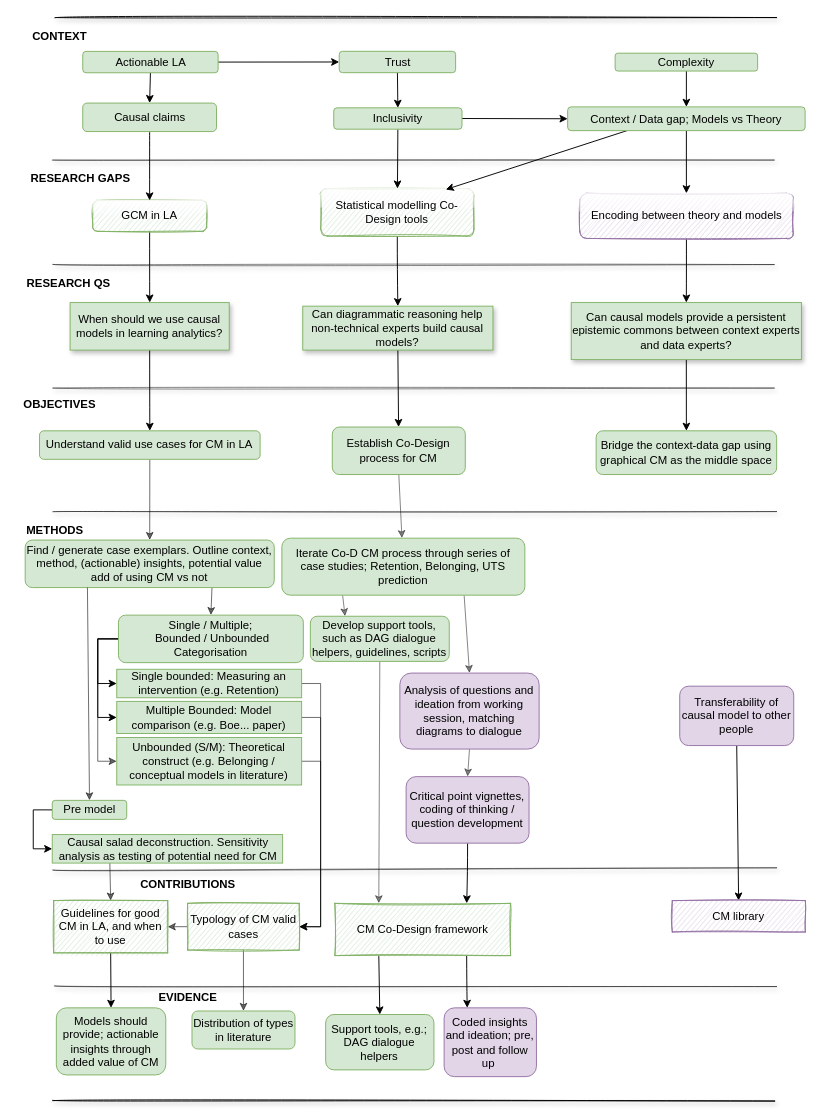
benwhicks/phd keeps this draw.io diagram as page "Page-5" (5 of 5) of Thesis diagram.drawio. Above is the earlier version. Source tidied: cells renumbered, new cells numbered last; positions are measured from the earlier drawing's top-left corner, leaving out a move shared by most shapes. Both pictures are drawn from the tidied source at 95%, with x=0, y=0 at pixel (16, 17).
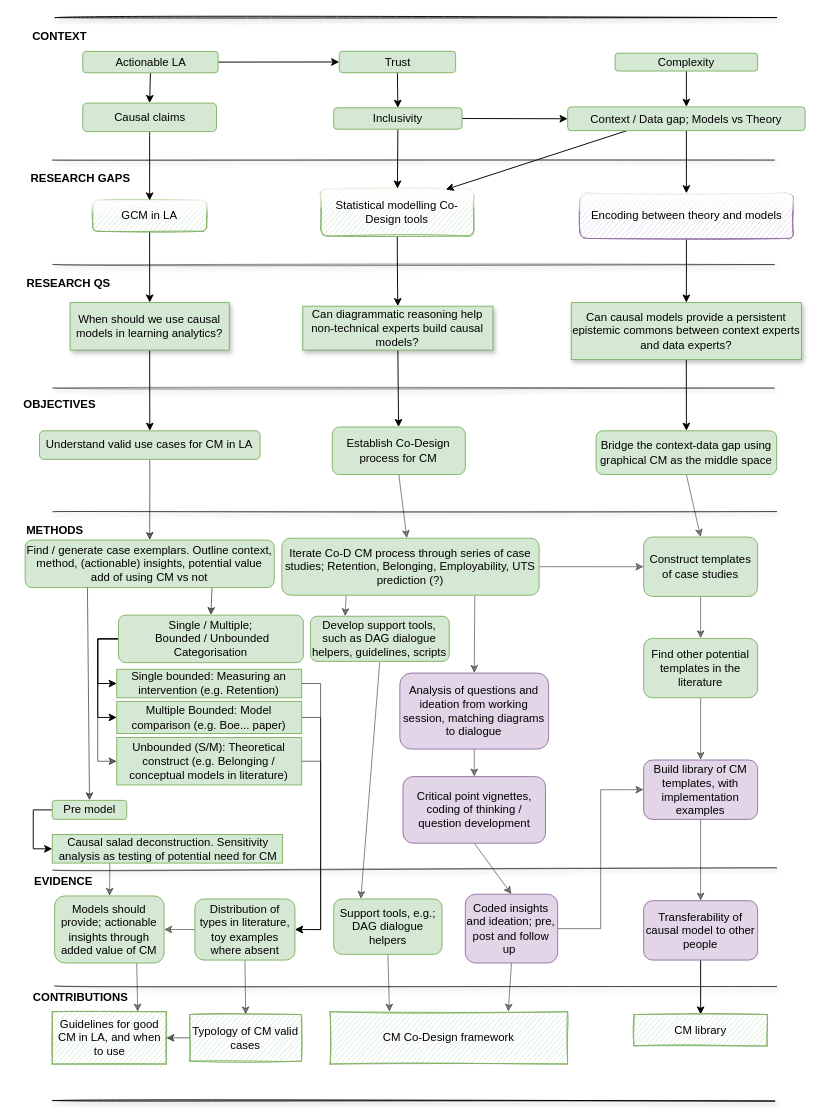
The same diagram, later.

The change refers to these unchanged cells:
```xml
<mxCell id="69" value="Single bounded: Measuring an intervention (e.g. Retention)" style="rounded=0;whiteSpace=wrap;html=1;fillColor=#d5e8d4;strokeColor=#82b366;glass=0;shadow=0;sketch=0;" parent="1" vertex="1">
  <mxGeometry x="105.4" y="686" width="194.6" height="30" as="geometry" />
</mxCell>
<mxCell id="71" value="Multiple Bounded: Model comparison (e.g. Boe... paper)" style="rounded=0;whiteSpace=wrap;html=1;fillColor=#d5e8d4;strokeColor=#82b366;glass=0;" parent="1" vertex="1">
  <mxGeometry x="105.4" y="719.8" width="194.6" height="33.8" as="geometry" />
</mxCell>
<mxCell id="73" value="Causal salad deconstruction. Sensitivity analysis as testing of potential need for CM" style="rounded=0;whiteSpace=wrap;html=1;fillColor=#d5e8d4;strokeColor=#82b366;glass=0;" parent="1" vertex="1">
  <mxGeometry x="37.5" y="860" width="242.5" height="30" as="geometry" />
</mxCell>
<mxCell id="75" value="Unbounded (S/M): Theoretical construct (e.g. Belonging / conceptual models in literature)" style="rounded=0;whiteSpace=wrap;html=1;fillColor=#d5e8d4;strokeColor=#82b366;glass=0;" parent="1" vertex="1">
  <mxGeometry x="105.4" y="757.8" width="194.6" height="50" as="geometry" />
</mxCell>
<mxCell id="76" value="Bridge the context-data gap using graphical CM as the middle space" style="rounded=1;whiteSpace=wrap;html=1;fillColor=#d5e8d4;strokeColor=#82b366;" parent="1" vertex="1">
  <mxGeometry x="610" y="435" width="190" height="46" as="geometry" />
</mxCell>
<mxCell id="91" value="Develop support tools, such as DAG dialogue helpers, guidelines, scripts" style="rounded=1;whiteSpace=wrap;html=1;fillColor=#d5e8d4;strokeColor=#82b366;" parent="1" vertex="1">
  <mxGeometry x="309.2" y="630.2" width="146.2" height="47.5" as="geometry" />
</mxCell>
```

Change to the diagram source:
```diff
@@
     <mxCell id="8" value="Analysis of questions and ideation from working session, matching diagrams to dialogue" style="rounded=1;whiteSpace=wrap;html=1;fillColor=#e1d5e7;strokeColor=#9673a6;" parent="1" vertex="1">
-      <mxGeometry x="403.4" y="690" width="146.6" height="80" as="geometry" />
+      <mxGeometry x="403.4" y="690" width="156.6" height="80" as="geometry" />
     </mxCell>
@@
     <mxCell id="17" value="CONTRIBUTIONS" style="text;html=1;align=center;verticalAlign=middle;strokeColor=none;fillColor=none;fontStyle=1;" parent="1" vertex="1">
-      <mxGeometry x="119.5" y="902.5" width="120" height="20" as="geometry" />
+      <mxGeometry x="7" y="1022.4" width="120" height="20" as="geometry" />
     </mxCell>
     <mxCell id="18" value="EVIDENCE" style="text;html=1;align=center;verticalAlign=middle;strokeColor=none;fillColor=none;fontStyle=1;" parent="1" vertex="1">
-      <mxGeometry x="139.5" y="1021.7" width="80" height="20" as="geometry" />
+      <mxGeometry x="9" y="900" width="80" height="20" as="geometry" />
     </mxCell>
@@
+    <mxCell id="92" style="edgeStyle=none;rounded=0;jumpStyle=none;jettySize=auto;html=1;exitX=1;exitY=0.5;exitDx=0;exitDy=0;entryX=0;entryY=0.5;entryDx=0;entryDy=0;fontFamily=Helvetica;fontSize=12;opacity=50;" parent="1" edge="1" source="29" target="103">
+      <mxGeometry relative="1" as="geometry" />
+    </mxCell>
-    <mxCell id="29" value="Iterate Co-D CM process through series of case studies; Retention, Belonging, UTS prediction" style="rounded=1;whiteSpace=wrap;html=1;fillColor=#d5e8d4;strokeColor=#82b366;" parent="1" vertex="1">
-      <mxGeometry x="279.2" y="548" width="255.8" height="60" as="geometry" />
+    <mxCell id="29" value="Iterate Co-D CM process through series of case studies; Retention, Belonging, Employability, UTS prediction (?)" style="rounded=1;whiteSpace=wrap;html=1;fillColor=#d5e8d4;strokeColor=#82b366;" parent="1" vertex="1">
+      <mxGeometry x="279.2" y="548" width="270.8" height="60" as="geometry" />
     </mxCell>
@@
-    <mxCell id="33" style="edgeStyle=orthogonalEdgeStyle;curved=1;rounded=0;sketch=0;jettySize=auto;html=1;exitX=0.5;exitY=1;exitDx=0;exitDy=0;startArrow=none;startFill=0;endArrow=classic;endFill=1;entryX=0.75;entryY=0;entryDx=0;entryDy=0;" parent="1" edge="1" source="34" target="51">
-      <mxGeometry relative="1" as="geometry" />
-    </mxCell>
+    <mxCell id="93" style="edgeStyle=none;rounded=0;jumpStyle=none;jettySize=auto;html=1;exitX=0.5;exitY=1;exitDx=0;exitDy=0;entryX=0.5;entryY=0;entryDx=0;entryDy=0;fontFamily=Helvetica;fontSize=12;opacity=50;" parent="1" edge="1" source="34" target="59">
+      <mxGeometry relative="1" as="geometry" />
+    </mxCell>
     <mxCell id="34" value="Critical point vignettes, coding of thinking / question development" style="whiteSpace=wrap;html=1;rounded=1;shadow=0;glass=0;sketch=0;fillColor=#e1d5e7;strokeColor=#9673a6;" parent="1" vertex="1">
-      <mxGeometry x="410" y="799" width="129.4" height="70" as="geometry" />
+      <mxGeometry x="406.7" y="799" width="150" height="70" as="geometry" />
     </mxCell>
@@
-    <mxCell id="49" style="edgeStyle=none;rounded=0;jettySize=auto;html=1;exitX=0.25;exitY=1;exitDx=0;exitDy=0;entryX=0.5;entryY=0;entryDx=0;entryDy=0;" parent="1" edge="1" source="51" target="58">
-      <mxGeometry relative="1" as="geometry" />
-    </mxCell>
-    <mxCell id="50" style="edgeStyle=orthogonalEdgeStyle;curved=1;rounded=0;sketch=0;jettySize=auto;html=1;exitX=0.75;exitY=1;exitDx=0;exitDy=0;entryX=0.25;entryY=0;entryDx=0;entryDy=0;fontFamily=Garamond;fontSize=16;" parent="1" edge="1" source="51" target="59">
-      <mxGeometry relative="1" as="geometry" />
-    </mxCell>
     <mxCell id="51" value="CM Co-Design framework" style="whiteSpace=wrap;html=1;rounded=0;shadow=0;glass=0;sketch=1;fillColor=#d5e8d4;strokeColor=#82b366;" parent="1" vertex="1">
-      <mxGeometry x="335" y="932.4" width="185" height="55" as="geometry" />
+      <mxGeometry x="330" y="1046.5" width="250" height="55" as="geometry" />
     </mxCell>
-    <mxCell id="52" style="edgeStyle=none;rounded=0;jettySize=auto;html=1;exitX=0.5;exitY=1;exitDx=0;exitDy=0;entryX=0.5;entryY=0;entryDx=0;entryDy=0;" parent="1" edge="1" source="53" target="54">
-      <mxGeometry relative="1" as="geometry" />
-    </mxCell>
     <mxCell id="53" value="Guidelines for good CM in LA, and when to use" style="whiteSpace=wrap;html=1;rounded=0;shadow=0;glass=0;sketch=1;fillColor=#d5e8d4;strokeColor=#82b366;" parent="1" vertex="1">
-      <mxGeometry x="39" y="929.5" width="120" height="55" as="geometry" />
+      <mxGeometry x="37.5" y="1046.5" width="120" height="55" as="geometry" />
     </mxCell>
+    <mxCell id="94" style="edgeStyle=none;rounded=0;jumpStyle=none;jettySize=auto;html=1;exitX=0.75;exitY=1;exitDx=0;exitDy=0;entryX=0.75;entryY=0;entryDx=0;entryDy=0;fontFamily=Helvetica;fontSize=12;opacity=50;" parent="1" edge="1" source="54" target="53">
+      <mxGeometry relative="1" as="geometry" />
+    </mxCell>
     <mxCell id="54" value="Models should provide; actionable insights through added value of CM" style="rounded=1;whiteSpace=wrap;html=1;sketch=0;fillColor=#d5e8d4;strokeColor=#82b366;gradientColor=none;shadow=0;" parent="1" vertex="1">
-      <mxGeometry x="41.8" y="1042.4" width="115.2" height="70.6" as="geometry" />
+      <mxGeometry x="40" y="924.6" width="115.2" height="70.6" as="geometry" />
     </mxCell>
@@
-    <mxCell id="56" style="edgeStyle=none;rounded=0;jumpStyle=none;jettySize=auto;html=1;exitX=0.5;exitY=1;exitDx=0;exitDy=0;opacity=60;" parent="1" edge="1" source="57" target="85">
-      <mxGeometry relative="1" as="geometry" />
-    </mxCell>
     <mxCell id="57" value="Typology of CM valid cases" style="rounded=0;whiteSpace=wrap;html=1;sketch=1;fillColor=#d5e8d4;strokeColor=#82b366;shadow=0;" parent="1" vertex="1">
-      <mxGeometry x="180" y="932.4" width="117.5" height="49.1" as="geometry" />
+      <mxGeometry x="182.4" y="1049.4" width="117.5" height="49.1" as="geometry" />
     </mxCell>
+    <mxCell id="95" style="edgeStyle=none;rounded=0;jumpStyle=none;jettySize=auto;html=1;exitX=0.5;exitY=1;exitDx=0;exitDy=0;entryX=0.25;entryY=0;entryDx=0;entryDy=0;fontFamily=Helvetica;fontSize=12;opacity=50;" parent="1" edge="1" source="58" target="51">
+      <mxGeometry relative="1" as="geometry" />
+    </mxCell>
     <mxCell id="58" value="Support tools, e.g.; DAG dialogue helpers" style="rounded=1;whiteSpace=wrap;html=1;sketch=0;fillColor=#d5e8d4;strokeColor=#82b366;shadow=0;" parent="1" vertex="1">
-      <mxGeometry x="325.3" y="1049.4" width="114" height="58.3" as="geometry" />
+      <mxGeometry x="333.8" y="927.8" width="114" height="58.3" as="geometry" />
     </mxCell>
+    <mxCell id="96" style="edgeStyle=none;rounded=0;jumpStyle=none;jettySize=auto;html=1;exitX=0.5;exitY=1;exitDx=0;exitDy=0;entryX=0.75;entryY=0;entryDx=0;entryDy=0;fontFamily=Helvetica;fontSize=12;opacity=50;" parent="1" edge="1" source="59" target="51">
+      <mxGeometry relative="1" as="geometry" />
+    </mxCell>
+    <mxCell id="97" style="edgeStyle=orthogonalEdgeStyle;rounded=0;jumpStyle=none;jettySize=auto;html=1;exitX=1;exitY=0.5;exitDx=0;exitDy=0;entryX=0;entryY=0.5;entryDx=0;entryDy=0;fontFamily=Helvetica;fontSize=12;opacity=50;" parent="1" edge="1" source="59" target="107">
+      <mxGeometry relative="1" as="geometry" />
+    </mxCell>
     <mxCell id="59" value="Coded insights and ideation; pre, post and follow up&amp;nbsp;" style="rounded=1;whiteSpace=wrap;html=1;sketch=0;fillColor=#e1d5e7;strokeColor=#9673a6;shadow=0;" parent="1" vertex="1">
-      <mxGeometry x="450" y="1042.4" width="97.2" height="72.4" as="geometry" />
+      <mxGeometry x="472.3" y="922.8" width="97.2" height="72.4" as="geometry" />
     </mxCell>
@@
     <mxCell id="61" value="Transferability of causal model to other people" style="whiteSpace=wrap;html=1;rounded=1;shadow=0;glass=0;sketch=0;fillColor=#e1d5e7;strokeColor=#9673a6;" parent="1" vertex="1">
-      <mxGeometry x="698" y="703.8" width="120" height="62.5" as="geometry" />
+      <mxGeometry x="660" y="929.6" width="120" height="62.5" as="geometry" />
     </mxCell>
-    <mxCell id="62" value="CM library" style="whiteSpace=wrap;html=1;rounded=0;shadow=0;glass=0;sketch=1;fillColor=#e1d5e7;strokeColor=#9673a6;" parent="1" vertex="1">
-      <mxGeometry x="690.2" y="929.5" width="140" height="33" as="geometry" />
+    <mxCell id="62" value="CM library" style="whiteSpace=wrap;html=1;rounded=0;shadow=0;glass=0;sketch=1;fillColor=#d5e8d4;strokeColor=#82b366;" parent="1" vertex="1">
+      <mxGeometry x="650" y="1049.4" width="140" height="33" as="geometry" />
     </mxCell>
@@
-    <mxCell id="68" style="edgeStyle=orthogonalEdgeStyle;rounded=0;jumpStyle=none;jettySize=auto;html=1;exitX=1;exitY=0.5;exitDx=0;exitDy=0;opacity=60;entryX=1;entryY=0.5;entryDx=0;entryDy=0;" parent="1" edge="1" source="69" target="57">
+    <mxCell id="68" style="edgeStyle=orthogonalEdgeStyle;rounded=0;jumpStyle=none;jettySize=auto;html=1;exitX=1;exitY=0.5;exitDx=0;exitDy=0;opacity=60;entryX=1;entryY=0.5;entryDx=0;entryDy=0;" parent="1" edge="1" source="69" target="85">
       <mxGeometry relative="1" as="geometry" />
     </mxCell>
@@
-    <mxCell id="70" style="edgeStyle=orthogonalEdgeStyle;rounded=0;jumpStyle=none;jettySize=auto;html=1;exitX=1;exitY=0.5;exitDx=0;exitDy=0;entryX=1;entryY=0.5;entryDx=0;entryDy=0;opacity=60;" parent="1" edge="1" source="71" target="57">
+    <mxCell id="70" style="edgeStyle=orthogonalEdgeStyle;rounded=0;jumpStyle=none;jettySize=auto;html=1;exitX=1;exitY=0.5;exitDx=0;exitDy=0;entryX=1;entryY=0.5;entryDx=0;entryDy=0;opacity=60;" parent="1" edge="1" source="71" target="85">
       <mxGeometry relative="1" as="geometry" />
     </mxCell>
@@
-    <mxCell id="72" style="edgeStyle=none;rounded=0;jumpStyle=none;jettySize=auto;html=1;exitX=0.25;exitY=1;exitDx=0;exitDy=0;entryX=0.5;entryY=0;entryDx=0;entryDy=0;opacity=60;" parent="1" edge="1" source="73" target="53">
-      <mxGeometry relative="1" as="geometry" />
-    </mxCell>
+    <mxCell id="98" style="edgeStyle=none;rounded=0;jumpStyle=none;jettySize=auto;html=1;exitX=0.25;exitY=1;exitDx=0;exitDy=0;fontFamily=Helvetica;fontSize=12;opacity=50;" parent="1" edge="1" source="73" target="54">
+      <mxGeometry relative="1" as="geometry" />
+    </mxCell>
@@
-    <mxCell id="74" style="edgeStyle=orthogonalEdgeStyle;rounded=0;jumpStyle=none;jettySize=auto;html=1;exitX=1;exitY=0.5;exitDx=0;exitDy=0;entryX=1;entryY=0.5;entryDx=0;entryDy=0;opacity=60;" parent="1" edge="1" source="75" target="57">
+    <mxCell id="74" style="edgeStyle=orthogonalEdgeStyle;rounded=0;jumpStyle=none;jettySize=auto;html=1;exitX=1;exitY=0.5;exitDx=0;exitDy=0;entryX=1;entryY=0.5;entryDx=0;entryDy=0;opacity=60;" parent="1" edge="1" source="75" target="85">
       <mxGeometry relative="1" as="geometry" />
     </mxCell>
@@
+    <mxCell id="99" style="edgeStyle=none;rounded=0;jumpStyle=none;jettySize=auto;html=1;exitX=0.5;exitY=1;exitDx=0;exitDy=0;fontFamily=Helvetica;fontSize=12;opacity=50;entryX=0.5;entryY=0;entryDx=0;entryDy=0;" parent="1" edge="1" source="76" target="103">
+      <mxGeometry relative="1" as="geometry" />
+    </mxCell>
@@
+    <mxCell id="100" style="edgeStyle=none;rounded=0;jumpStyle=none;jettySize=auto;html=1;exitX=0.5;exitY=1;exitDx=0;exitDy=0;entryX=0.5;entryY=0;entryDx=0;entryDy=0;fontFamily=Helvetica;fontSize=12;opacity=50;" parent="1" edge="1" source="85" target="57">
+      <mxGeometry relative="1" as="geometry" />
+    </mxCell>
+    <mxCell id="101" style="edgeStyle=none;rounded=0;jumpStyle=none;jettySize=auto;html=1;exitX=0;exitY=0.5;exitDx=0;exitDy=0;entryX=1;entryY=0.5;entryDx=0;entryDy=0;fontFamily=Helvetica;fontSize=12;opacity=50;" parent="1" edge="1" source="85" target="54">
+      <mxGeometry relative="1" as="geometry" />
+    </mxCell>
-    <mxCell id="85" value="Distribution of types in literature" style="rounded=1;whiteSpace=wrap;html=1;sketch=0;fillColor=#d5e8d4;strokeColor=#82b366;gradientColor=none;shadow=0;" parent="1" vertex="1">
-      <mxGeometry x="184.6" y="1045.7" width="108.4" height="40" as="geometry" />
+    <mxCell id="85" value="Distribution of types in literature, toy examples where absent" style="rounded=1;whiteSpace=wrap;html=1;sketch=0;fillColor=#d5e8d4;strokeColor=#82b366;gradientColor=none;shadow=0;" parent="1" vertex="1">
+      <mxGeometry x="187.6" y="927.8" width="105.4" height="64.3" as="geometry" />
     </mxCell>
@@
-    <mxCell id="90" style="edgeStyle=none;rounded=0;jumpStyle=none;jettySize=auto;html=1;exitX=0.5;exitY=1;exitDx=0;exitDy=0;entryX=0.25;entryY=0;entryDx=0;entryDy=0;fontFamily=Helvetica;fontSize=12;opacity=50;" parent="1" edge="1" source="91" target="51">
+    <mxCell id="90" style="edgeStyle=none;rounded=0;jumpStyle=none;jettySize=auto;html=1;exitX=0.5;exitY=1;exitDx=0;exitDy=0;entryX=0.25;entryY=0;entryDx=0;entryDy=0;fontFamily=Helvetica;fontSize=12;opacity=50;" parent="1" edge="1" source="91" target="58">
       <mxGeometry relative="1" as="geometry" />
     </mxCell>
@@
+    <mxCell id="102" style="edgeStyle=none;rounded=0;jumpStyle=none;jettySize=auto;html=1;exitX=0.5;exitY=1;exitDx=0;exitDy=0;entryX=0.5;entryY=0;entryDx=0;entryDy=0;fontFamily=Helvetica;fontSize=12;opacity=50;" parent="1" edge="1" source="103" target="105">
+      <mxGeometry relative="1" as="geometry" />
+    </mxCell>
+    <mxCell id="103" value="Construct templates of case studies" style="whiteSpace=wrap;html=1;rounded=1;shadow=0;glass=0;sketch=0;fillColor=#d5e8d4;strokeColor=#82b366;" parent="1" vertex="1">
+      <mxGeometry x="660" y="546.8" width="120" height="62.5" as="geometry" />
+    </mxCell>
+    <mxCell id="104" style="edgeStyle=none;rounded=0;jumpStyle=none;jettySize=auto;html=1;exitX=0.5;exitY=1;exitDx=0;exitDy=0;fontFamily=Helvetica;fontSize=12;opacity=50;" parent="1" edge="1" source="105" target="107">
+      <mxGeometry relative="1" as="geometry" />
+    </mxCell>
+    <mxCell id="105" value="Find other potential templates in the literature" style="whiteSpace=wrap;html=1;rounded=1;shadow=0;glass=0;sketch=0;fillColor=#d5e8d4;strokeColor=#82b366;" parent="1" vertex="1">
+      <mxGeometry x="660" y="653.5" width="120" height="62.5" as="geometry" />
+    </mxCell>
+    <mxCell id="106" style="edgeStyle=orthogonalEdgeStyle;rounded=0;jumpStyle=none;jettySize=auto;html=1;exitX=0.5;exitY=1;exitDx=0;exitDy=0;entryX=0.5;entryY=0;entryDx=0;entryDy=0;fontFamily=Helvetica;fontSize=12;opacity=50;" parent="1" edge="1" source="107" target="61">
+      <mxGeometry relative="1" as="geometry" />
+    </mxCell>
+    <mxCell id="107" value="Build library of CM templates, with implementation examples" style="whiteSpace=wrap;html=1;rounded=1;shadow=0;glass=0;sketch=0;fillColor=#e1d5e7;strokeColor=#9673a6;" parent="1" vertex="1">
+      <mxGeometry x="660" y="781.5" width="120" height="62.5" as="geometry" />
+    </mxCell>
```
